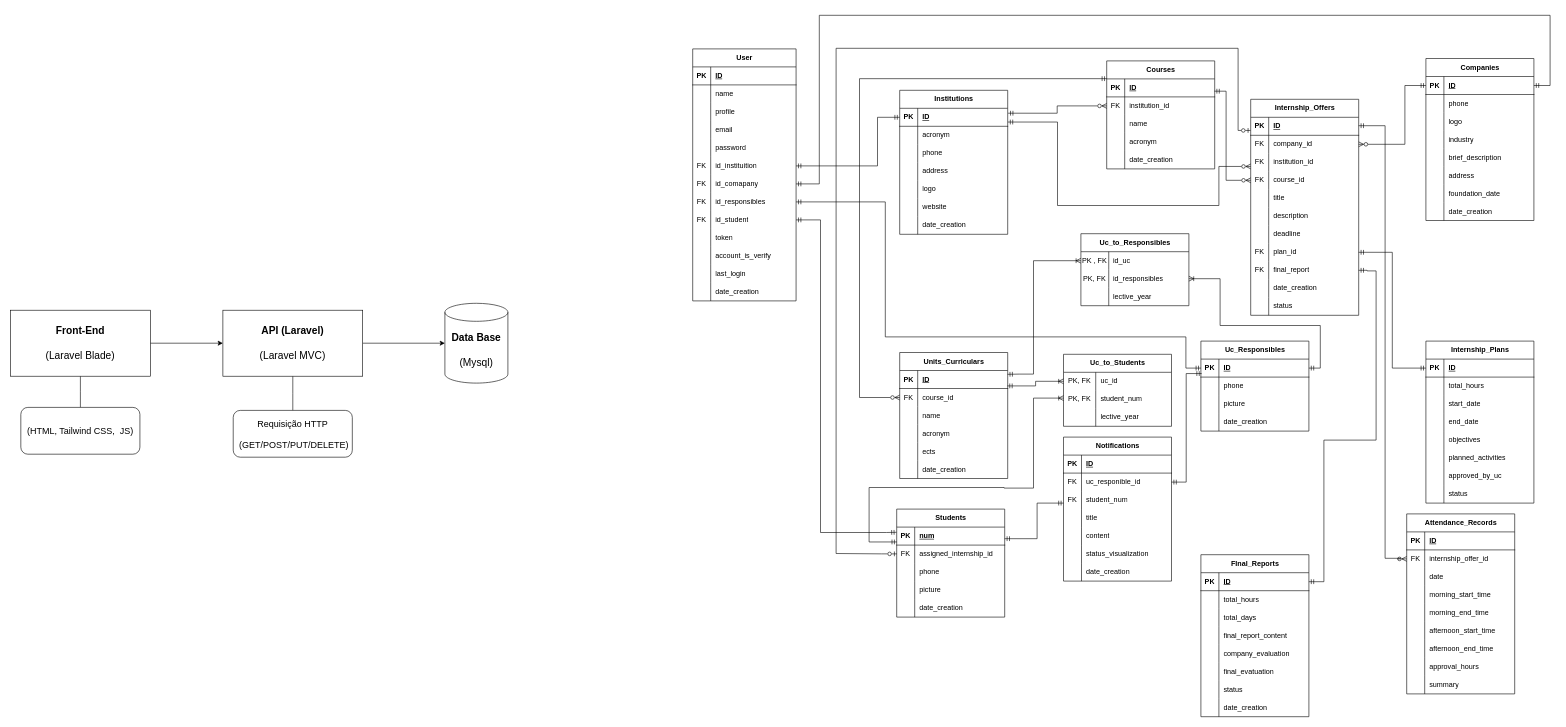
This is database/Gestão_Estágios.drawio from cesar-daniel15/gestao-estagios, a draw.io file, before an edit. Source tidied: cells renumbered, new cells numbered last; positions are measured from the earlier drawing's top-left corner, leaving out a move shared by most shapes. Both pictures are drawn from the tidied source at 60%, with x=0, y=0 at pixel (10, 15).
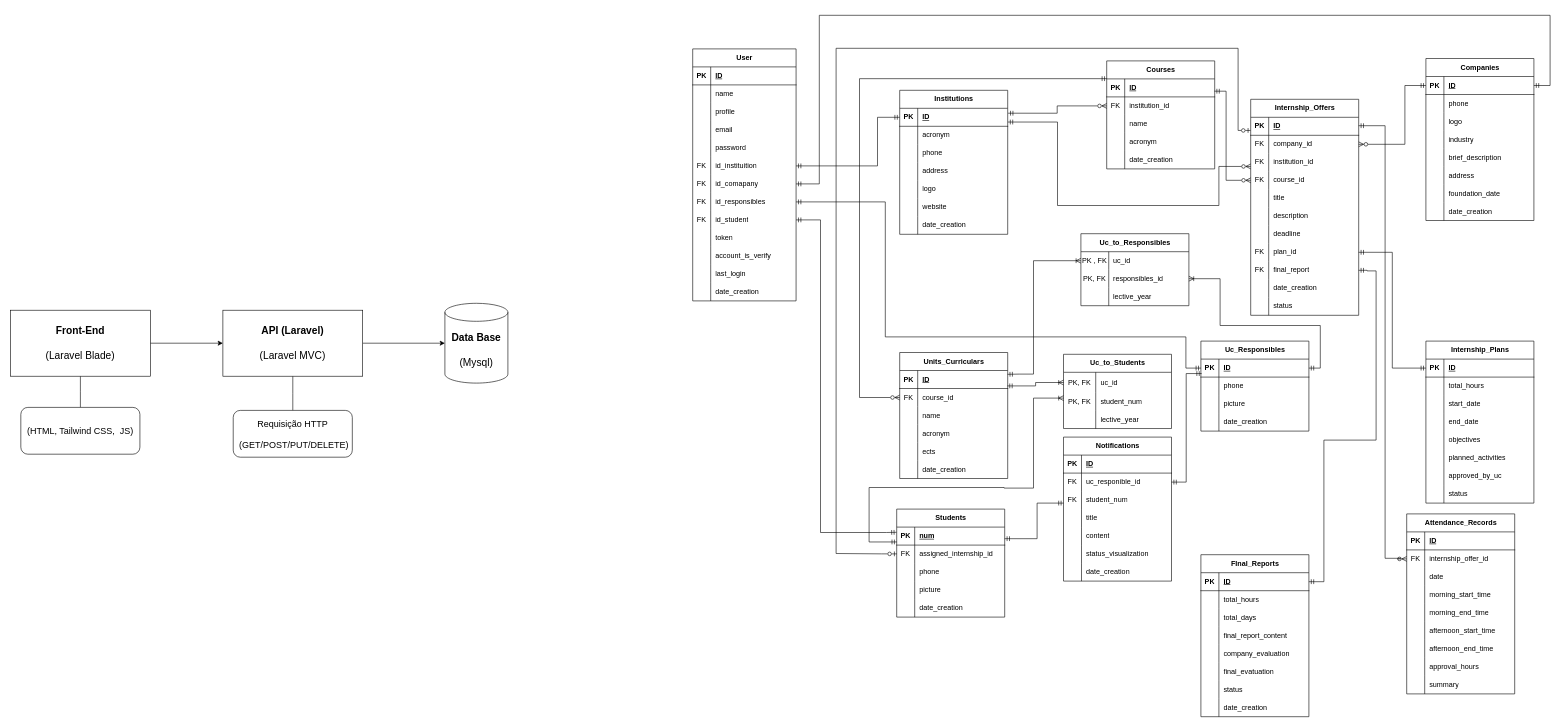
The same diagram, later.

Unchanged cells that the change refers to:
```xml
<mxCell id="231" style="shape=tableRow;horizontal=0;startSize=0;swimlaneHead=0;swimlaneBody=0;fillColor=none;points=[[0,0.5],[1,0.5]];portConstraint=eastwest;top=0;left=0;right=0;bottom=0;" parent="230" vertex="1">
  <mxGeometry y="30" width="180" height="30" as="geometry" />
</mxCell>
<mxCell id="234" style="shape=tableRow;horizontal=0;startSize=0;swimlaneHead=0;swimlaneBody=0;fillColor=none;points=[[0,0.5],[1,0.5]];portConstraint=eastwest;top=0;left=0;right=0;bottom=0;" parent="230" vertex="1">
  <mxGeometry y="60" width="180" height="30" as="geometry" />
</mxCell>
```

Change to the diagram source:
```diff
@@
     <mxCell id="84" value="Uc_to_Students" style="shape=table;startSize=30;childLayout=tableLayout;rowLines=0;fontStyle=1;align=center;html=1;" parent="1" vertex="1">
-      <mxGeometry x="1755" y="565" width="180" height="120" as="geometry" />
+      <mxGeometry x="1755" y="565" width="180" height="123.7" as="geometry" />
     </mxCell>
     <mxCell id="85" style="shape=tableRow;horizontal=0;startSize=0;swimlaneHead=0;swimlaneBody=0;fillColor=none;points=[[0,0.5],[1,0.5]];portConstraint=eastwest;top=0;left=0;right=0;bottom=0;" parent="84" vertex="1">
-      <mxGeometry y="30" width="180" height="30" as="geometry" />
+      <mxGeometry y="30" width="180" height="34" as="geometry" />
     </mxCell>
     <mxCell id="86" value="PK, FK" style="shape=partialRectangle;fillColor=none;top=0;left=0;bottom=0;right=0;overflow=hidden;whiteSpace=wrap;html=1;" parent="85" vertex="1">
-      <mxGeometry width="53.7" height="30" as="geometry" />
+      <mxGeometry width="53.7" height="34" as="geometry" />
     </mxCell>
     <mxCell id="87" value="uc_id" style="shape=partialRectangle;fillColor=none;top=0;left=0;bottom=0;right=0;align=left;spacingLeft=6;overflow=hidden;whiteSpace=wrap;html=1;" parent="85" vertex="1">
-      <mxGeometry x="53.7" width="126.3" height="30" as="geometry" />
+      <mxGeometry x="53.7" width="126.3" height="34" as="geometry" />
     </mxCell>
     <mxCell id="88" style="shape=tableRow;horizontal=0;startSize=0;swimlaneHead=0;swimlaneBody=0;fillColor=none;top=0;left=0;right=0;bottom=0;" parent="84" vertex="1">
-      <mxGeometry y="60" width="180" height="30" as="geometry" />
+      <mxGeometry y="64" width="180" height="30" as="geometry" />
     </mxCell>
@@
     <mxCell id="91" style="shape=tableRow;horizontal=0;startSize=0;swimlaneHead=0;swimlaneBody=0;fillColor=none;top=0;left=0;right=0;bottom=0;" parent="84" vertex="1">
-      <mxGeometry y="90" width="180" height="30" as="geometry" />
+      <mxGeometry y="94" width="180" height="30" as="geometry" />
     </mxCell>
@@
-    <mxCell id="233" value="id_uc" style="shape=partialRectangle;fillColor=none;top=0;left=0;bottom=0;right=0;align=left;spacingLeft=6;overflow=hidden;whiteSpace=wrap;html=1;" parent="231" vertex="1">
+    <mxCell id="233" value="uc_id" style="shape=partialRectangle;fillColor=none;top=0;left=0;bottom=0;right=0;align=left;spacingLeft=6;overflow=hidden;whiteSpace=wrap;html=1;" parent="231" vertex="1">
       <mxGeometry x="46.4" width="133.6" height="30" as="geometry" />
     </mxCell>
@@
-    <mxCell id="236" value="id_responsibles" style="shape=partialRectangle;fillColor=none;top=0;left=0;bottom=0;right=0;align=left;spacingLeft=6;overflow=hidden;whiteSpace=wrap;html=1;" parent="234" vertex="1">
+    <mxCell id="236" value="responsibles_id" style="shape=partialRectangle;fillColor=none;top=0;left=0;bottom=0;right=0;align=left;spacingLeft=6;overflow=hidden;whiteSpace=wrap;html=1;" parent="234" vertex="1">
       <mxGeometry x="46.4" width="133.6" height="30" as="geometry" />
     </mxCell>
```
